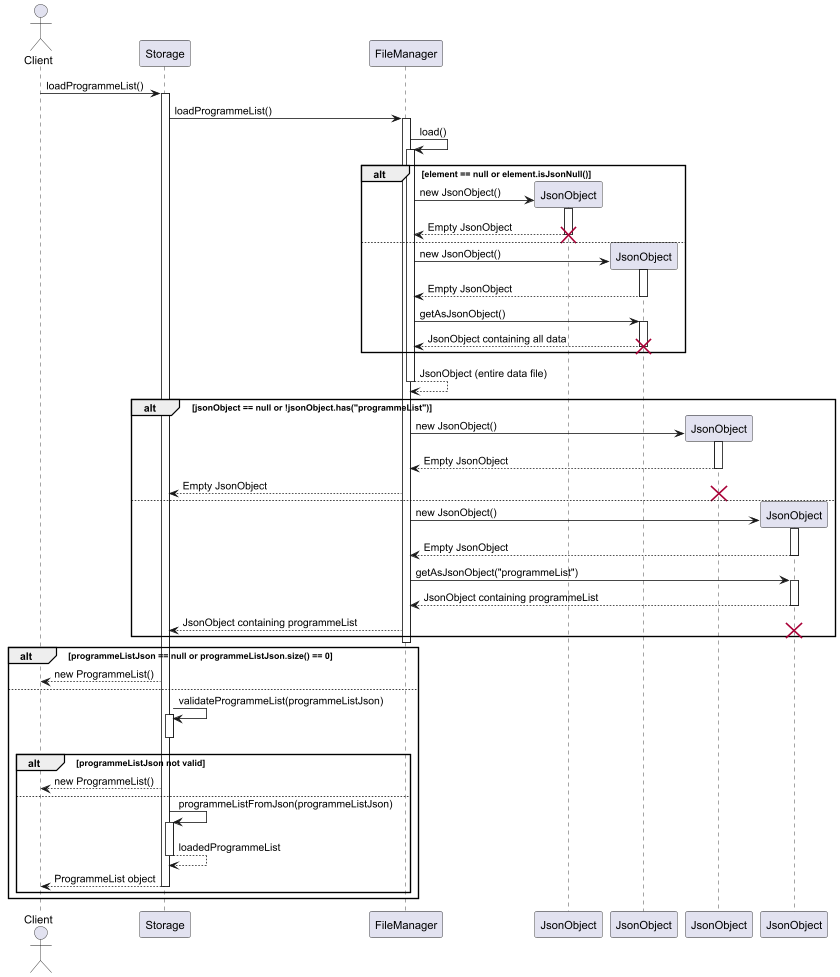
nus-cs2113-AY2425S1/tp keeps this PlantUML diagram as docs/images/loadProgrammeListSeqenceDiagram.png. Above is the earlier version.
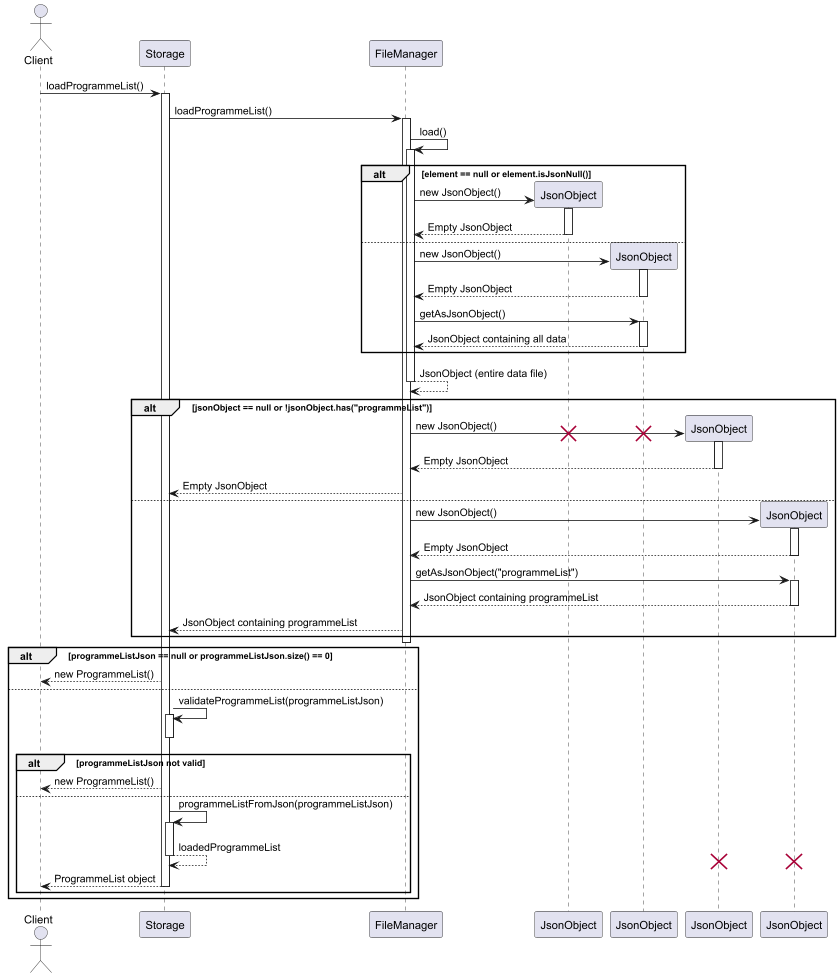
After the change.

The edit, as a diff of the source:
```diff
@@ -16,7 +16,6 @@
     activate emptyJsonObject
     emptyJsonObject --> FileManager : Empty JsonObject
     deactivate emptyJsonObject
-    destroy emptyJsonObject
 else
     create JsonObject as allDataJsonObject
     FileManager -> allDataJsonObject : new JsonObject()
@@ -27,7 +26,7 @@
     activate allDataJsonObject
     allDataJsonObject --> FileManager : JsonObject containing all data
     deactivate allDataJsonObject
-    destroy allDataJsonObject
+
 end
 
 FileManager --> FileManager : JsonObject (entire data file)
@@ -37,11 +36,12 @@
     create JsonObject as emptyProgrammeListJsonObject
     FileManager -> emptyProgrammeListJsonObject : new JsonObject()
     activate emptyProgrammeListJsonObject
+    destroy allDataJsonObject
+    destroy emptyJsonObject
     emptyProgrammeListJsonObject --> FileManager : Empty JsonObject
     deactivate emptyProgrammeListJsonObject
     FileManager --> Storage : Empty JsonObject
     deactivate JsonObject
-    destroy emptyProgrammeListJsonObject
 else
     create JsonObject
     FileManager -> JsonObject : new JsonObject()
@@ -53,7 +53,6 @@
     JsonObject --> FileManager : JsonObject containing programmeList
     deactivate JsonObject
     FileManager --> Storage : JsonObject containing programmeList
-    destroy JsonObject
 end
 deactivate FileManager
 
@@ -70,6 +69,8 @@
     activate Storage
     Storage --> Storage : loadedProgrammeList
     deactivate Storage
+    destroy emptyProgrammeListJsonObject
+    destroy JsonObject
     Storage --> Client : ProgrammeList object
     deactivate Storage
     end
```
